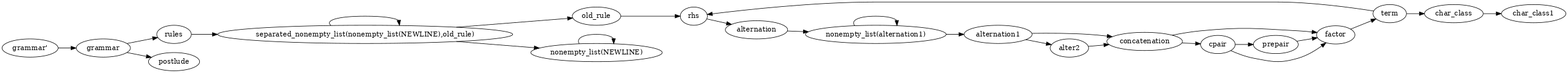
Before: sentenceParser.png, a diagram exported from Graphviz (meta-introspector/gbnf-nice-parser). Its source is kept beside it as lib/sentenceParser.dot.
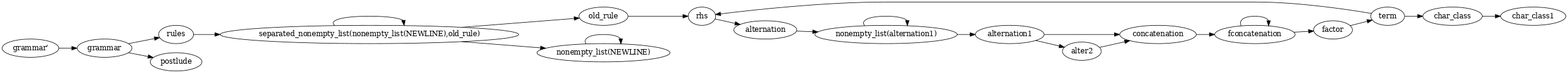
The same file after the commit.

The edit, as a diff of the source:
```diff
@@ -7,44 +7,41 @@
 nt2 [ label="separated_nonempty_list(nonempty_list(NEWLINE),old_rule)" ] ;
 nt3 [ label="rules" ] ;
 nt4 [ label="rhs" ] ;
-nt5 [ label="prepair" ] ;
-nt6 [ label="postlude" ] ;
-nt7 [ label="old_rule" ] ;
-nt8 [ label="nonempty_list(alternation1)" ] ;
-nt9 [ label="nonempty_list(NEWLINE)" ] ;
-nt10 [ label="grammar" ] ;
+nt5 [ label="postlude" ] ;
+nt6 [ label="old_rule" ] ;
+nt7 [ label="nonempty_list(alternation1)" ] ;
+nt8 [ label="nonempty_list(NEWLINE)" ] ;
+nt9 [ label="grammar" ] ;
+nt10 [ label="fconcatenation" ] ;
 nt11 [ label="factor" ] ;
-nt12 [ label="cpair" ] ;
-nt13 [ label="concatenation" ] ;
-nt14 [ label="char_class1" ] ;
-nt15 [ label="char_class" ] ;
-nt16 [ label="alternation1" ] ;
-nt17 [ label="alternation" ] ;
-nt18 [ label="alter2" ] ;
-nt0 -> nt10 [ label="" ] ;
+nt12 [ label="concatenation" ] ;
+nt13 [ label="char_class1" ] ;
+nt14 [ label="char_class" ] ;
+nt15 [ label="alternation1" ] ;
+nt16 [ label="alternation" ] ;
+nt17 [ label="alter2" ] ;
+nt0 -> nt9 [ label="" ] ;
 nt1 -> nt4 [ label="" ] ;
-nt1 -> nt15 [ label="" ] ;
+nt1 -> nt14 [ label="" ] ;
 nt2 -> nt2 [ label="" ] ;
-nt2 -> nt7 [ label="" ] ;
-nt2 -> nt9 [ label="" ] ;
+nt2 -> nt6 [ label="" ] ;
+nt2 -> nt8 [ label="" ] ;
 nt3 -> nt2 [ label="" ] ;
-nt4 -> nt17 [ label="" ] ;
-nt5 -> nt11 [ label="" ] ;
-nt7 -> nt4 [ label="" ] ;
+nt4 -> nt16 [ label="" ] ;
+nt6 -> nt4 [ label="" ] ;
+nt7 -> nt7 [ label="" ] ;
+nt7 -> nt15 [ label="" ] ;
 nt8 -> nt8 [ label="" ] ;
-nt8 -> nt16 [ label="" ] ;
-nt9 -> nt9 [ label="" ] ;
-nt10 -> nt3 [ label="" ] ;
-nt10 -> nt6 [ label="" ] ;
+nt9 -> nt3 [ label="" ] ;
+nt9 -> nt5 [ label="" ] ;
+nt10 -> nt10 [ label="" ] ;
+nt10 -> nt11 [ label="" ] ;
 nt11 -> nt1 [ label="" ] ;
-nt12 -> nt5 [ label="" ] ;
-nt12 -> nt11 [ label="" ] ;
-nt13 -> nt11 [ label="" ] ;
-nt13 -> nt12 [ label="" ] ;
-nt15 -> nt14 [ label="" ] ;
-nt16 -> nt13 [ label="" ] ;
-nt16 -> nt18 [ label="" ] ;
-nt17 -> nt8 [ label="" ] ;
-nt18 -> nt13 [ label="" ] ;
+nt12 -> nt10 [ label="" ] ;
+nt14 -> nt13 [ label="" ] ;
+nt15 -> nt12 [ label="" ] ;
+nt15 -> nt17 [ label="" ] ;
+nt16 -> nt7 [ label="" ] ;
+nt17 -> nt12 [ label="" ] ;
 
 }
```
